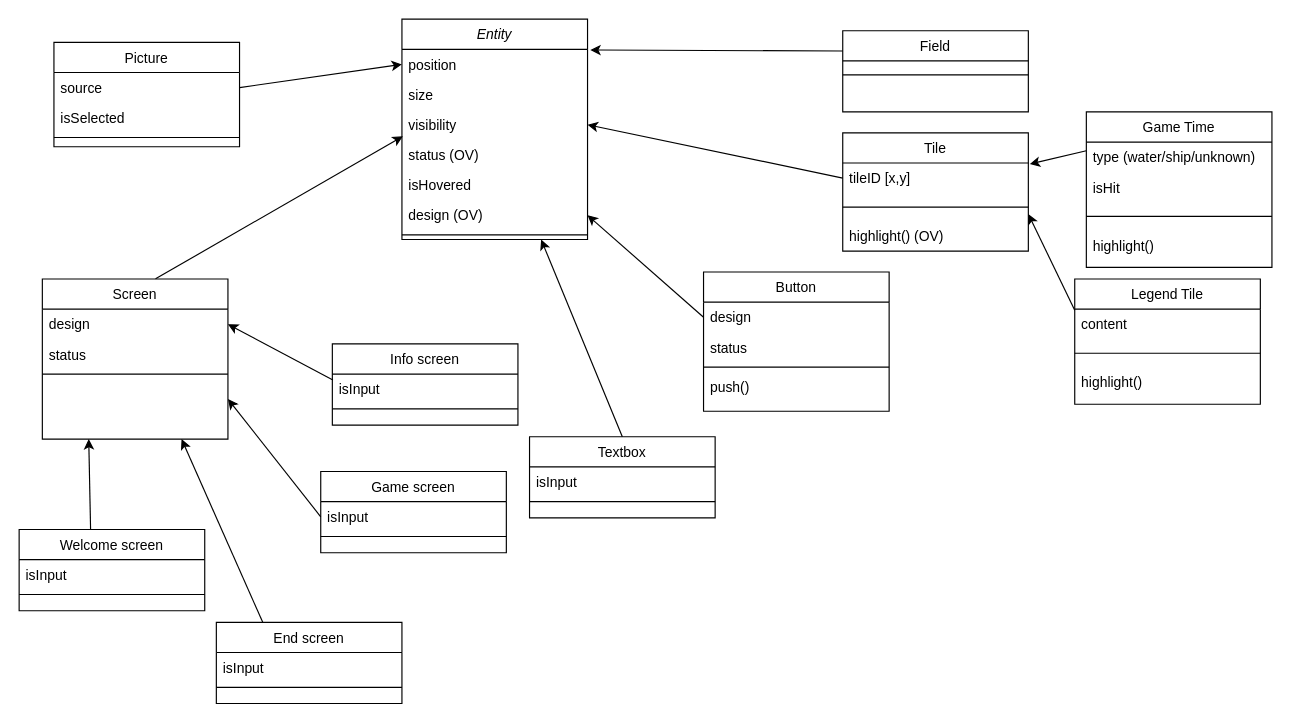
The draw.io diagram page "Design" (1 of 2) of test.drawio in Szaller99/BRSzT-Hazi-Torpedo-Tea-Szaller-Laci, before the edit. Source tidied: cells renumbered, new cells numbered last; positions are measured from the earlier drawing's top-left corner, leaving out a move shared by most shapes. Both pictures are drawn from the tidied source at 116%, with x=0, y=0 at pixel (19, 19).
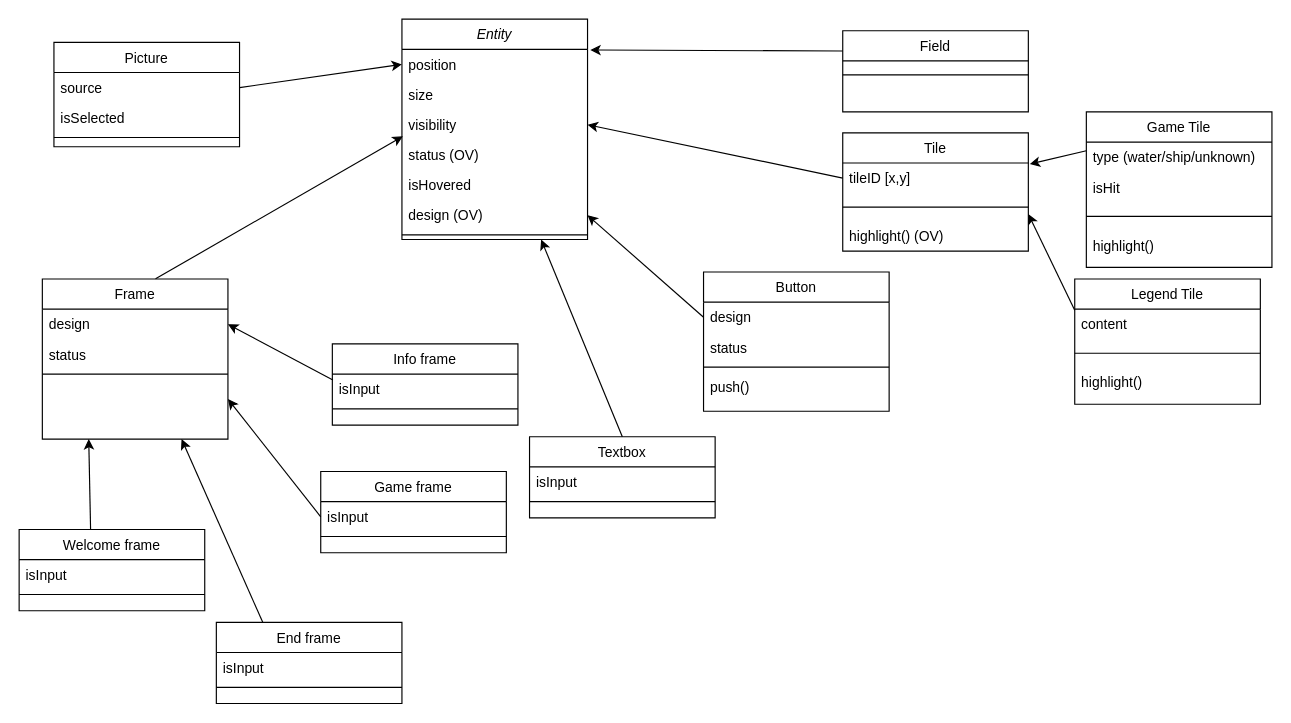
The same diagram, later.

Commit message:
rename window to frame, fix typo

The edit, as a diff of the source:
```diff
@@
-    <mxCell id="10" value="Screen" style="swimlane;fontStyle=0;align=center;verticalAlign=top;horizontal=1;startSize=26;rounded=0;shadow=0;strokeWidth=1;" parent="1" vertex="1">
+    <mxCell id="10" value="Frame" style="swimlane;fontStyle=0;align=center;verticalAlign=top;horizontal=1;startSize=26;rounded=0;shadow=0;strokeWidth=1;" parent="1" vertex="1">
       <mxGeometry x="20" y="224" width="160" height="138" as="geometry" />
     </mxCell>
@@
-    <mxCell id="25" value="Welcome screen" style="swimlane;fontStyle=0;align=center;verticalAlign=top;horizontal=1;startSize=26;rounded=0;shadow=0;strokeWidth=1;" parent="1" vertex="1">
+    <mxCell id="25" value="Welcome frame" style="swimlane;fontStyle=0;align=center;verticalAlign=top;horizontal=1;startSize=26;rounded=0;shadow=0;strokeWidth=1;" parent="1" vertex="1">
       <mxGeometry y="440" width="160" height="70" as="geometry" />
     </mxCell>
@@
-    <mxCell id="28" value="Info screen" style="swimlane;fontStyle=0;align=center;verticalAlign=top;horizontal=1;startSize=26;rounded=0;shadow=0;strokeWidth=1;" parent="1" vertex="1">
+    <mxCell id="28" value="Info frame" style="swimlane;fontStyle=0;align=center;verticalAlign=top;horizontal=1;startSize=26;rounded=0;shadow=0;strokeWidth=1;" parent="1" vertex="1">
       <mxGeometry x="270" y="280" width="160" height="70" as="geometry" />
     </mxCell>
@@
-    <mxCell id="31" value="Game screen" style="swimlane;fontStyle=0;align=center;verticalAlign=top;horizontal=1;startSize=26;rounded=0;shadow=0;strokeWidth=1;" parent="1" vertex="1">
+    <mxCell id="31" value="Game frame" style="swimlane;fontStyle=0;align=center;verticalAlign=top;horizontal=1;startSize=26;rounded=0;shadow=0;strokeWidth=1;" parent="1" vertex="1">
       <mxGeometry x="260" y="390" width="160" height="70" as="geometry" />
     </mxCell>
@@
-    <mxCell id="34" value="End screen" style="swimlane;fontStyle=0;align=center;verticalAlign=top;horizontal=1;startSize=26;rounded=0;shadow=0;strokeWidth=1;" parent="1" vertex="1">
+    <mxCell id="34" value="End frame" style="swimlane;fontStyle=0;align=center;verticalAlign=top;horizontal=1;startSize=26;rounded=0;shadow=0;strokeWidth=1;" parent="1" vertex="1">
       <mxGeometry x="170" y="520" width="160" height="70" as="geometry" />
     </mxCell>
@@
-    <mxCell id="44" value="Game Time" style="swimlane;fontStyle=0;align=center;verticalAlign=top;horizontal=1;startSize=26;rounded=0;shadow=0;strokeWidth=1;" parent="1" vertex="1">
+    <mxCell id="44" value="Game Tile" style="swimlane;fontStyle=0;align=center;verticalAlign=top;horizontal=1;startSize=26;rounded=0;shadow=0;strokeWidth=1;" parent="1" vertex="1">
       <mxGeometry x="920" y="80" width="160" height="134" as="geometry" />
     </mxCell>
```
